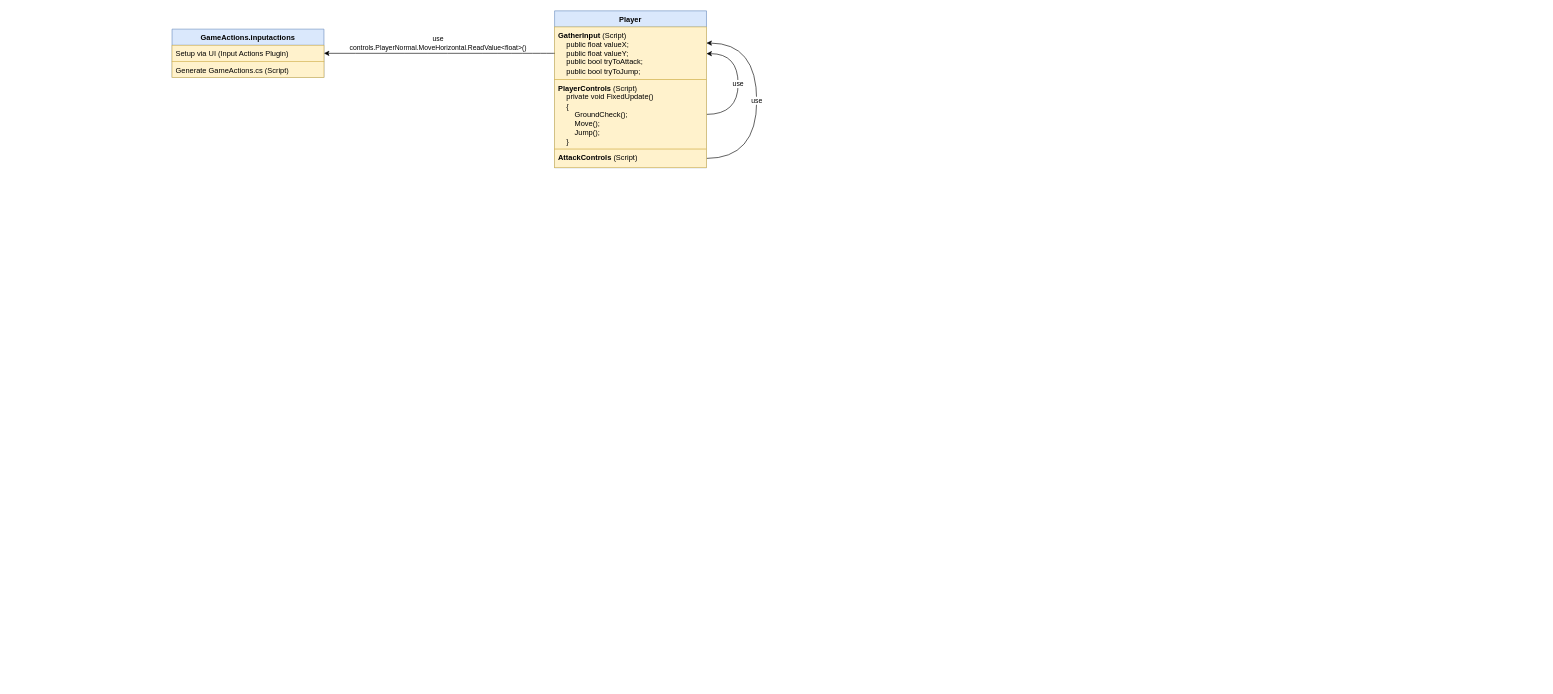
Before: UML.drawio in marleeeeeey/unity_input_system, a draw.io diagram. Source tidied: cells renumbered, new cells numbered last; positions are measured from the earlier drawing's top-left corner, leaving out a move shared by most shapes. Both pictures are drawn from the tidied source at 62%, with x=0, y=0 at pixel (172, 11).
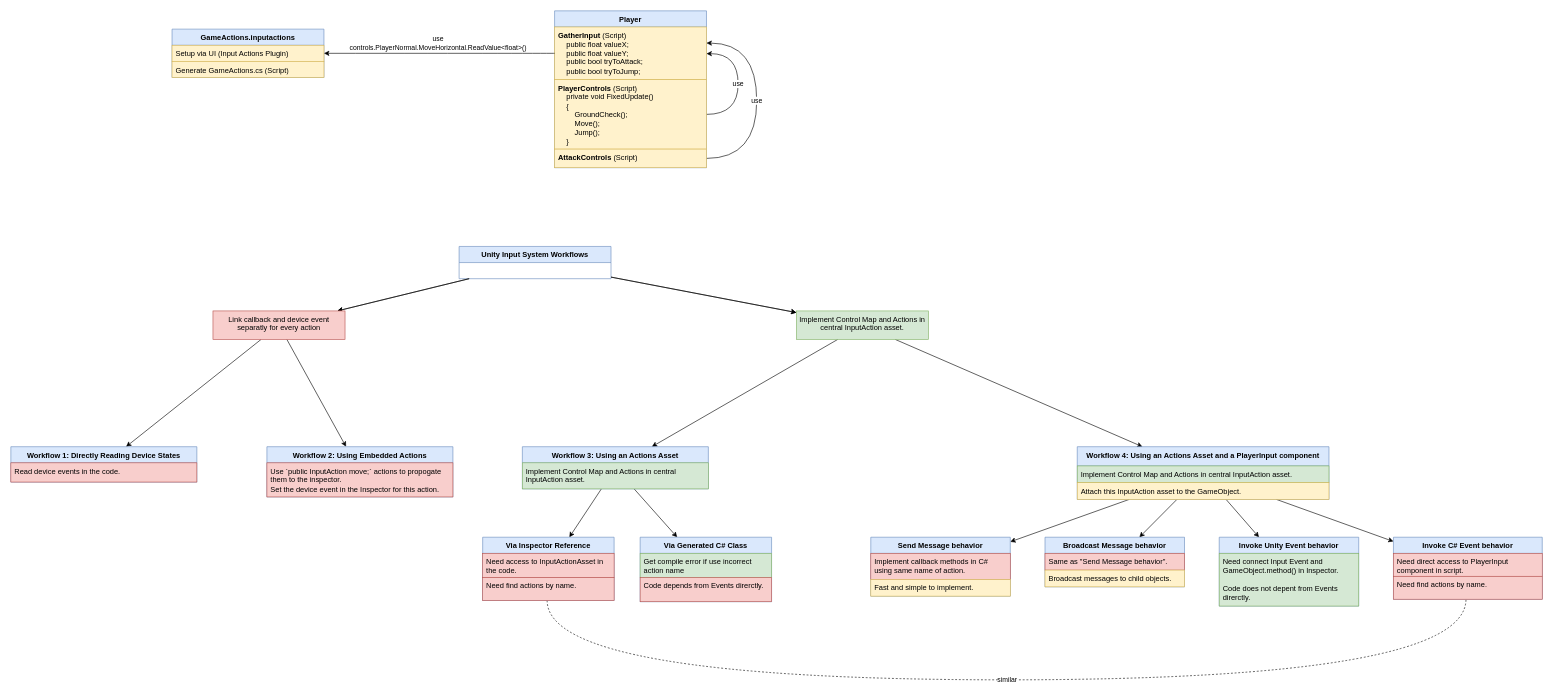
Above is the later version.

Diff of the diagram source:
```diff
@@
+    <mxCell id="12" style="rounded=0;jettySize=auto;html=1;" parent="1" edge="1" source="55" target="17">
+      <mxGeometry relative="1" as="geometry" />
+    </mxCell>
+    <mxCell id="13" style="shape=connector;rounded=0;jettySize=auto;html=1;labelBackgroundColor=default;strokeColor=default;fontFamily=Helvetica;fontSize=11;fontColor=default;endArrow=classic;" parent="1" edge="1" source="55" target="19">
+      <mxGeometry relative="1" as="geometry" />
+    </mxCell>
+    <mxCell id="14" style="shape=connector;rounded=0;jettySize=auto;html=1;labelBackgroundColor=default;strokeColor=default;fontFamily=Helvetica;fontSize=11;fontColor=default;endArrow=classic;" parent="1" edge="1" source="52" target="23">
+      <mxGeometry relative="1" as="geometry" />
+    </mxCell>
+    <mxCell id="15" style="shape=connector;rounded=0;jettySize=auto;html=1;labelBackgroundColor=default;strokeColor=default;fontFamily=Helvetica;fontSize=11;fontColor=default;endArrow=classic;" parent="1" edge="1" source="52" target="29">
+      <mxGeometry relative="1" as="geometry" />
+    </mxCell>
+    <mxCell id="16" value="Unity Input System Workflows" style="swimlane;fontStyle=1;align=center;verticalAlign=top;horizontal=1;startSize=26;whiteSpace=wrap;html=1;fillColor=#dae8fc;strokeColor=#6c8ebf;" parent="1" vertex="1">
+      <mxGeometry x="463" y="380" width="245" height="52" as="geometry" />
+    </mxCell>
+    <mxCell id="17" value="&lt;div&gt;Workflow 1: Directly Reading Device States&lt;/div&gt;&lt;div&gt;&lt;br&gt;&lt;/div&gt;" style="swimlane;fontStyle=1;align=center;verticalAlign=top;horizontal=1;startSize=26;whiteSpace=wrap;html=1;fillColor=#dae8fc;strokeColor=#6c8ebf;" parent="1" vertex="1">
+      <mxGeometry x="-260" y="703" width="300" height="57" as="geometry" />
+    </mxCell>
+    <mxCell id="18" value="Read device events in the code." style="text;strokeColor=#b85450;fillColor=#f8cecc;align=left;verticalAlign=top;spacingLeft=4;spacingRight=4;overflow=hidden;whiteSpace=wrap;html=1;" parent="17" vertex="1">
+      <mxGeometry y="26" width="300" height="31" as="geometry" />
+    </mxCell>
+    <mxCell id="19" value="&lt;div&gt;Workflow 2: Using Embedded Actions&lt;br&gt;&lt;/div&gt;" style="swimlane;fontStyle=1;align=center;verticalAlign=top;horizontal=1;startSize=26;whiteSpace=wrap;html=1;fillColor=#dae8fc;strokeColor=#6c8ebf;" parent="1" vertex="1">
+      <mxGeometry x="153" y="703" width="300" height="81" as="geometry" />
+    </mxCell>
+    <mxCell id="20" value="Use `public InputAction move;` actions to propogate them to the inspector.&amp;nbsp;&lt;br&gt;Set the device event in the Inspector for this action." style="text;strokeColor=#b85450;fillColor=#f8cecc;align=left;verticalAlign=top;spacingLeft=4;spacingRight=4;overflow=hidden;whiteSpace=wrap;html=1;" parent="19" vertex="1">
+      <mxGeometry y="26" width="300" height="55" as="geometry" />
+    </mxCell>
+    <mxCell id="21" style="shape=connector;rounded=0;jettySize=auto;html=1;labelBackgroundColor=default;strokeColor=default;fontFamily=Helvetica;fontSize=11;fontColor=default;endArrow=classic;" parent="1" edge="1" source="23" target="33">
+      <mxGeometry relative="1" as="geometry" />
+    </mxCell>
+    <mxCell id="22" style="shape=connector;rounded=0;jettySize=auto;html=1;labelBackgroundColor=default;strokeColor=default;fontFamily=Helvetica;fontSize=11;fontColor=default;endArrow=classic;" parent="1" edge="1" source="23" target="36">
+      <mxGeometry relative="1" as="geometry" />
+    </mxCell>
+    <mxCell id="23" value="&lt;div&gt;&lt;div&gt;Workflow 3: Using an Actions Asset&lt;/div&gt;&lt;div&gt;&lt;br&gt;&lt;/div&gt;&lt;/div&gt;" style="swimlane;fontStyle=1;align=center;verticalAlign=top;horizontal=1;startSize=26;whiteSpace=wrap;html=1;fillColor=#dae8fc;strokeColor=#6c8ebf;" parent="1" vertex="1">
+      <mxGeometry x="565" y="703" width="300" height="68" as="geometry" />
+    </mxCell>
+    <mxCell id="24" value="Implement Control Map and Actions in central InputAction asset." style="text;strokeColor=#82b366;fillColor=#d5e8d4;align=left;verticalAlign=top;spacingLeft=4;spacingRight=4;overflow=hidden;whiteSpace=wrap;html=1;" parent="23" vertex="1">
+      <mxGeometry y="26" width="300" height="42" as="geometry" />
+    </mxCell>
+    <mxCell id="25" style="edgeStyle=none;shape=connector;rounded=0;jettySize=auto;html=1;labelBackgroundColor=default;strokeColor=default;fontFamily=Helvetica;fontSize=11;fontColor=default;endArrow=classic;" parent="1" edge="1" source="29" target="39">
+      <mxGeometry relative="1" as="geometry" />
+    </mxCell>
+    <mxCell id="26" style="edgeStyle=none;shape=connector;rounded=0;jettySize=auto;html=1;labelBackgroundColor=default;strokeColor=default;fontFamily=Helvetica;fontSize=11;fontColor=default;endArrow=classic;" parent="1" edge="1" source="29" target="42">
+      <mxGeometry relative="1" as="geometry" />
+    </mxCell>
+    <mxCell id="27" style="edgeStyle=none;shape=connector;rounded=0;jettySize=auto;html=1;labelBackgroundColor=default;strokeColor=default;fontFamily=Helvetica;fontSize=11;fontColor=default;endArrow=classic;" parent="1" edge="1" source="29" target="45">
+      <mxGeometry relative="1" as="geometry" />
+    </mxCell>
+    <mxCell id="28" style="edgeStyle=none;shape=connector;rounded=0;jettySize=auto;html=1;labelBackgroundColor=default;strokeColor=default;fontFamily=Helvetica;fontSize=11;fontColor=default;endArrow=classic;" parent="1" edge="1" source="29" target="47">
+      <mxGeometry relative="1" as="geometry" />
+    </mxCell>
+    <mxCell id="29" value="&lt;div&gt;&lt;div&gt;&lt;div&gt;Workflow 4: Using an Actions Asset and a PlayerInput component&lt;/div&gt;&lt;div&gt;&lt;br&gt;&lt;/div&gt;&lt;/div&gt;&lt;/div&gt;" style="swimlane;fontStyle=1;align=center;verticalAlign=top;horizontal=1;startSize=31;whiteSpace=wrap;html=1;fillColor=#dae8fc;strokeColor=#6c8ebf;" parent="1" vertex="1">
+      <mxGeometry x="1460" y="703" width="406" height="85" as="geometry" />
+    </mxCell>
+    <mxCell id="30" value="Implement Control Map and Actions in central InputAction asset." style="text;strokeColor=#82b366;fillColor=#d5e8d4;align=left;verticalAlign=top;spacingLeft=4;spacingRight=4;overflow=hidden;whiteSpace=wrap;html=1;" parent="29" vertex="1">
+      <mxGeometry y="31" width="406" height="27" as="geometry" />
+    </mxCell>
+    <mxCell id="31" value="Attach this InputAction asset to the GameObject." style="text;strokeColor=#d6b656;fillColor=#fff2cc;align=left;verticalAlign=top;spacingLeft=4;spacingRight=4;overflow=hidden;whiteSpace=wrap;html=1;" parent="29" vertex="1">
+      <mxGeometry y="58" width="406" height="27" as="geometry" />
+    </mxCell>
+    <mxCell id="32" value="similar" style="edgeStyle=orthogonalEdgeStyle;shape=connector;rounded=0;jettySize=auto;html=1;labelBackgroundColor=default;strokeColor=default;fontFamily=Helvetica;fontSize=11;fontColor=default;endArrow=none;curved=1;dashed=1;endFill=0;" parent="1" edge="1" source="33" target="47">
+      <mxGeometry relative="1" as="geometry">
+        <Array as="points">
+          <mxPoint x="605" y="1079" />
+          <mxPoint x="2087" y="1079" />
+        </Array>
+      </mxGeometry>
+    </mxCell>
+    <mxCell id="33" value="&lt;div&gt;&lt;div&gt;Via Inspector Reference&lt;br&gt;&lt;/div&gt;&lt;/div&gt;" style="swimlane;fontStyle=1;align=center;verticalAlign=top;horizontal=1;startSize=26;whiteSpace=wrap;html=1;fillColor=#dae8fc;strokeColor=#6c8ebf;" parent="1" vertex="1">
+      <mxGeometry x="501" y="849" width="212" height="102" as="geometry" />
+    </mxCell>
+    <mxCell id="34" value="Need access to&amp;nbsp;InputActionAsset in the code." style="text;strokeColor=#b85450;fillColor=#f8cecc;align=left;verticalAlign=top;spacingLeft=4;spacingRight=4;overflow=hidden;whiteSpace=wrap;html=1;" parent="33" vertex="1">
+      <mxGeometry y="26" width="212" height="39" as="geometry" />
+    </mxCell>
+    <mxCell id="35" value="Need find actions by name." style="text;strokeColor=#b85450;fillColor=#f8cecc;align=left;verticalAlign=top;spacingLeft=4;spacingRight=4;overflow=hidden;whiteSpace=wrap;html=1;" parent="33" vertex="1">
+      <mxGeometry y="65" width="212" height="37" as="geometry" />
+    </mxCell>
+    <mxCell id="36" value="&lt;div&gt;&lt;div&gt;Via Generated C# Class&lt;br&gt;&lt;/div&gt;&lt;/div&gt;" style="swimlane;fontStyle=1;align=center;verticalAlign=top;horizontal=1;startSize=26;whiteSpace=wrap;html=1;fillColor=#dae8fc;strokeColor=#6c8ebf;" parent="1" vertex="1">
+      <mxGeometry x="755" y="849" width="212" height="104" as="geometry" />
+    </mxCell>
+    <mxCell id="37" value="Get compile error if use incorrect action name" style="text;strokeColor=#82b366;fillColor=#d5e8d4;align=left;verticalAlign=top;spacingLeft=4;spacingRight=4;overflow=hidden;whiteSpace=wrap;html=1;" parent="36" vertex="1">
+      <mxGeometry y="26" width="212" height="39" as="geometry" />
+    </mxCell>
+    <mxCell id="38" value="Code depends from Events direrctly." style="text;strokeColor=#b85450;fillColor=#f8cecc;align=left;verticalAlign=top;spacingLeft=4;spacingRight=4;overflow=hidden;whiteSpace=wrap;html=1;" parent="36" vertex="1">
+      <mxGeometry y="65" width="212" height="39" as="geometry" />
+    </mxCell>
+    <mxCell id="39" value="Send Message behavior" style="swimlane;fontStyle=1;align=center;verticalAlign=top;horizontal=1;startSize=26;whiteSpace=wrap;html=1;fillColor=#dae8fc;strokeColor=#6c8ebf;" parent="1" vertex="1">
+      <mxGeometry x="1127" y="849" width="225" height="95" as="geometry" />
+    </mxCell>
+    <mxCell id="40" value="Implement callback methods in C# using same name of action." style="text;strokeColor=#b85450;fillColor=#f8cecc;align=left;verticalAlign=top;spacingLeft=4;spacingRight=4;overflow=hidden;whiteSpace=wrap;html=1;" parent="39" vertex="1">
+      <mxGeometry y="26" width="225" height="42" as="geometry" />
+    </mxCell>
+    <mxCell id="41" value="Fast and simple to implement." style="text;strokeColor=#d6b656;fillColor=#fff2cc;align=left;verticalAlign=top;spacingLeft=4;spacingRight=4;overflow=hidden;whiteSpace=wrap;html=1;" parent="39" vertex="1">
+      <mxGeometry y="68" width="225" height="27" as="geometry" />
+    </mxCell>
+    <mxCell id="42" value="Broadcast Message behavior" style="swimlane;fontStyle=1;align=center;verticalAlign=top;horizontal=1;startSize=26;whiteSpace=wrap;html=1;fillColor=#dae8fc;strokeColor=#6c8ebf;" parent="1" vertex="1">
+      <mxGeometry x="1408" y="849" width="225" height="80" as="geometry" />
+    </mxCell>
+    <mxCell id="43" value="Same as &quot;Send Message behavior&quot;." style="text;strokeColor=#b85450;fillColor=#f8cecc;align=left;verticalAlign=top;spacingLeft=4;spacingRight=4;overflow=hidden;whiteSpace=wrap;html=1;" parent="42" vertex="1">
+      <mxGeometry y="26" width="225" height="27" as="geometry" />
+    </mxCell>
+    <mxCell id="44" value="Broadcast messages to child objects." style="text;strokeColor=#d6b656;fillColor=#fff2cc;align=left;verticalAlign=top;spacingLeft=4;spacingRight=4;overflow=hidden;whiteSpace=wrap;html=1;" parent="42" vertex="1">
+      <mxGeometry y="53" width="225" height="27" as="geometry" />
+    </mxCell>
+    <mxCell id="45" value="&lt;div&gt;Invoke Unity Event behavior&lt;br&gt;&lt;/div&gt;" style="swimlane;fontStyle=1;align=center;verticalAlign=top;horizontal=1;startSize=26;whiteSpace=wrap;html=1;fillColor=#dae8fc;strokeColor=#6c8ebf;" parent="1" vertex="1">
+      <mxGeometry x="1689" y="849" width="225" height="111" as="geometry" />
+    </mxCell>
+    <mxCell id="46" value="Need connect Input Event and GameObject.method() in Inspector.&lt;br&gt;&lt;br&gt;Code does not depent from Events direrctly." style="text;strokeColor=#82b366;fillColor=#d5e8d4;align=left;verticalAlign=top;spacingLeft=4;spacingRight=4;overflow=hidden;whiteSpace=wrap;html=1;" parent="45" vertex="1">
+      <mxGeometry y="26" width="225" height="85" as="geometry" />
+    </mxCell>
+    <mxCell id="47" value="&lt;div&gt;Invoke C# Event behavior&lt;br&gt;&lt;/div&gt;" style="swimlane;fontStyle=1;align=center;verticalAlign=top;horizontal=1;startSize=26;whiteSpace=wrap;html=1;fillColor=#dae8fc;strokeColor=#6c8ebf;" parent="1" vertex="1">
+      <mxGeometry x="1970" y="849" width="240" height="100" as="geometry" />
+    </mxCell>
+    <mxCell id="48" value="Need direct access to PlayerInput component in script." style="text;strokeColor=#b85450;fillColor=#f8cecc;align=left;verticalAlign=top;spacingLeft=4;spacingRight=4;overflow=hidden;whiteSpace=wrap;html=1;" parent="47" vertex="1">
+      <mxGeometry y="26" width="240" height="37" as="geometry" />
+    </mxCell>
+    <mxCell id="49" value="Need find actions by name." style="text;strokeColor=#b85450;fillColor=#f8cecc;align=left;verticalAlign=top;spacingLeft=4;spacingRight=4;overflow=hidden;whiteSpace=wrap;html=1;" parent="47" vertex="1">
+      <mxGeometry y="63" width="240" height="37" as="geometry" />
+    </mxCell>
+    <mxCell id="50" style="shape=connector;rounded=0;jettySize=auto;html=1;labelBackgroundColor=default;strokeColor=default;fontFamily=Helvetica;fontSize=11;fontColor=default;endArrow=classic;" parent="1" edge="1" source="16" target="52">
+      <mxGeometry relative="1" as="geometry" />
+    </mxCell>
+    <mxCell id="51" style="shape=connector;rounded=0;jettySize=auto;html=1;labelBackgroundColor=default;strokeColor=default;fontFamily=Helvetica;fontSize=11;fontColor=default;endArrow=classic;" parent="1" edge="1" source="16" target="52">
+      <mxGeometry relative="1" as="geometry" />
+    </mxCell>
+    <mxCell id="52" value="Implement Control Map and Actions in central InputAction asset." style="text;strokeColor=#82b366;fillColor=#d5e8d4;align=center;verticalAlign=top;spacingLeft=4;spacingRight=4;overflow=hidden;points=[[0,0.5],[1,0.5]];portConstraint=eastwest;whiteSpace=wrap;html=1;" parent="1" vertex="1">
+      <mxGeometry x="1007" y="484" width="213" height="46" as="geometry" />
+    </mxCell>
+    <mxCell id="53" style="rounded=0;jettySize=auto;html=1;" parent="1" edge="1" source="16" target="55">
+      <mxGeometry relative="1" as="geometry" />
+    </mxCell>
+    <mxCell id="54" style="shape=connector;rounded=0;jettySize=auto;html=1;labelBackgroundColor=default;strokeColor=default;fontFamily=Helvetica;fontSize=11;fontColor=default;endArrow=classic;" parent="1" edge="1" source="16" target="55">
+      <mxGeometry relative="1" as="geometry" />
+    </mxCell>
+    <mxCell id="55" value="Link callback and device event separatly for every action" style="text;strokeColor=#b85450;fillColor=#f8cecc;align=center;verticalAlign=top;spacingLeft=4;spacingRight=4;overflow=hidden;points=[[0,0.5],[1,0.5]];portConstraint=eastwest;whiteSpace=wrap;html=1;" parent="1" vertex="1">
+      <mxGeometry x="66" y="484" width="213" height="46" as="geometry" />
+    </mxCell>
```
